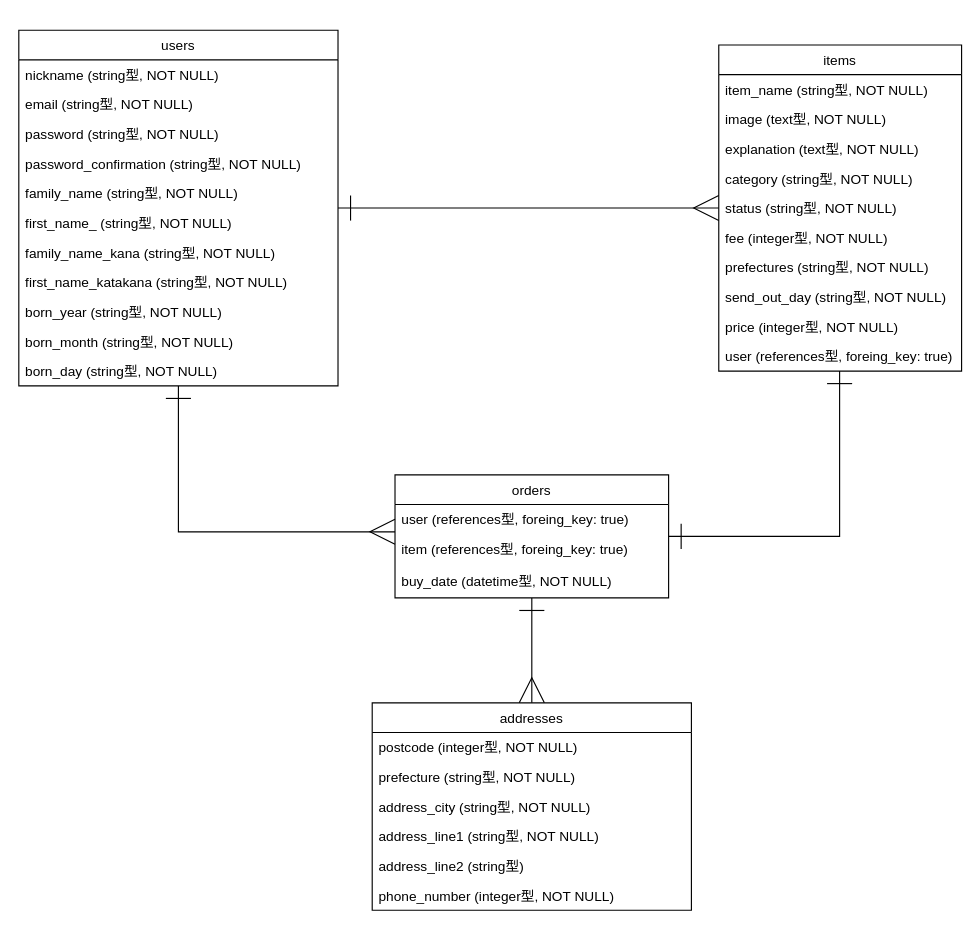
This is er.dio from makoto417/furima-32040, a draw.io file, before an edit. Source tidied: cells renumbered, new cells numbered last; positions are measured from the earlier drawing's top-left corner, leaving out a move shared by most shapes. Both pictures are drawn from the tidied source at 114%, with x=0, y=0 at pixel (18, 30).
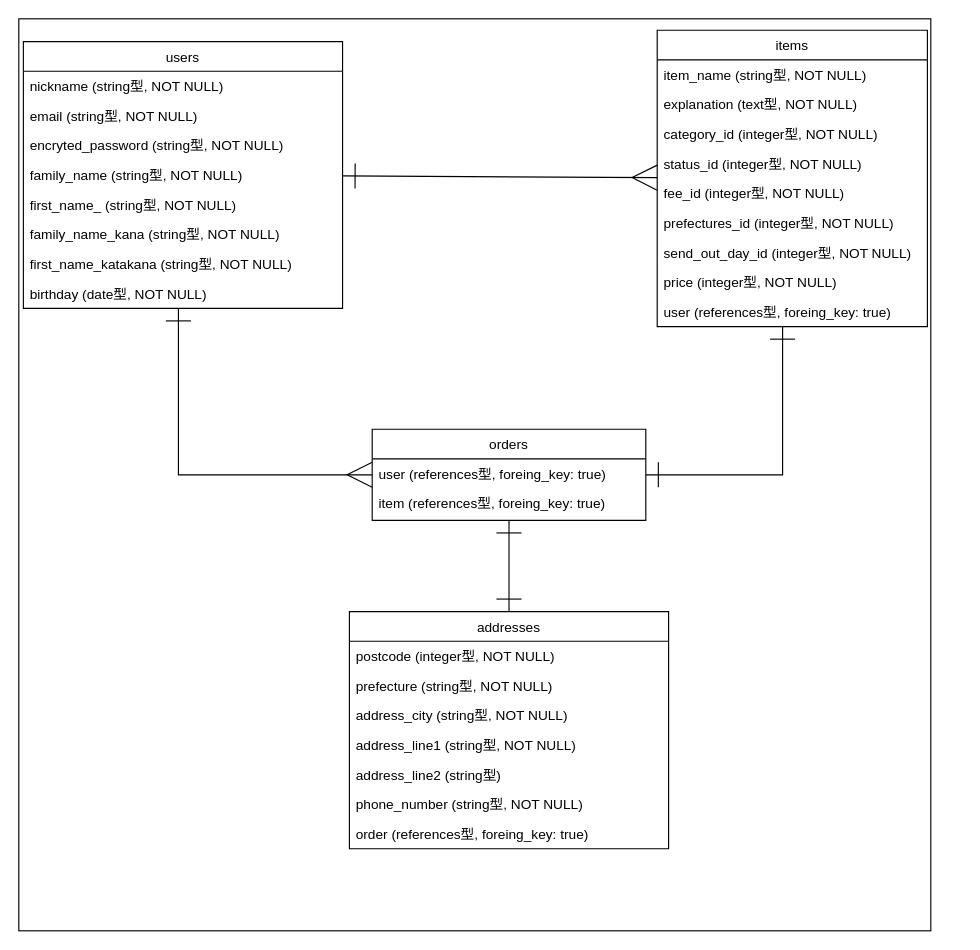
Above is the later version.

Commit message (it also covers changes not shown here):
データベース設計の修正

Diff of the diagram source:
```diff
@@
+    <mxCell id="40" parent="0" />
+    <mxCell id="41" style="whiteSpace=wrap;html=1;" parent="40" vertex="1">
+      <mxGeometry y="-10" width="800" height="800" as="geometry" />
+    </mxCell>
@@
     <mxCell id="3" style="edgeStyle=orthogonalEdgeStyle;rounded=0;jettySize=auto;html=1;startArrow=ERone;startFill=0;startSize=20;endArrow=ERone;endFill=0;endSize=20;targetPerimeterSpacing=0;" parent="1" edge="1" source="29" target="18">
       <mxGeometry relative="1" as="geometry">
         <Array as="points">
-          <mxPoint x="720" y="444" />
+          <mxPoint x="670" y="390" />
         </Array>
       </mxGeometry>
     </mxCell>
+    <mxCell id="16" style="edgeStyle=orthogonalEdgeStyle;rounded=0;jettySize=auto;html=1;endArrow=ERone;endFill=0;startArrow=ERone;startFill=0;endSize=20;startSize=20;" parent="1" edge="1" source="29" target="33">
+      <mxGeometry relative="1" as="geometry" />
+    </mxCell>
+    <mxCell id="17" style="edgeStyle=orthogonalEdgeStyle;rounded=0;jettySize=auto;html=1;endArrow=ERone;endFill=0;targetPerimeterSpacing=0;startSize=20;startArrow=ERmany;startFill=0;endSize=20;" parent="1" edge="1" source="29" target="4">
+      <mxGeometry relative="1" as="geometry">
+        <Array as="points">
+          <mxPoint x="140" y="390" />
+        </Array>
+      </mxGeometry>
+    </mxCell>
     <mxCell id="4" value="users" style="swimlane;fontStyle=0;horizontal=1;startSize=26;fillColor=none;" parent="1" vertex="1">
-      <mxGeometry width="280" height="312" as="geometry" />
+      <mxGeometry x="4" y="10" width="280" height="234" as="geometry" />
     </mxCell>
@@
-    <mxCell id="7" value="password (string型, NOT NULL)" style="text;strokeColor=none;fillColor=none;align=left;verticalAlign=top;spacingLeft=4;spacingRight=4;overflow=hidden;" parent="4" vertex="1">
+    <mxCell id="7" value="encryted_password (string型, NOT NULL)" style="text;strokeColor=none;fillColor=none;align=left;verticalAlign=top;spacingLeft=4;spacingRight=4;overflow=hidden;" parent="4" vertex="1">
       <mxGeometry y="78" width="280" height="26" as="geometry" />
     </mxCell>
-    <mxCell id="8" value="password_confirmation (string型, NOT NULL)" style="text;strokeColor=none;fillColor=none;align=left;verticalAlign=top;spacingLeft=4;spacingRight=4;overflow=hidden;" parent="4" vertex="1">
-      <mxGeometry y="104" width="280" height="26" as="geometry" />
-    </mxCell>
     <mxCell id="9" value="family_name (string型, NOT NULL)" style="text;strokeColor=none;fillColor=none;align=left;verticalAlign=top;spacingLeft=4;spacingRight=4;overflow=hidden;" parent="4" vertex="1">
-      <mxGeometry y="130" width="280" height="26" as="geometry" />
+      <mxGeometry y="104" width="280" height="26" as="geometry" />
     </mxCell>
     <mxCell id="10" value="first_name_ (string型, NOT NULL)" style="text;strokeColor=none;fillColor=none;align=left;verticalAlign=top;spacingLeft=4;spacingRight=4;overflow=hidden;" parent="4" vertex="1">
-      <mxGeometry y="156" width="280" height="26" as="geometry" />
+      <mxGeometry y="130" width="280" height="26" as="geometry" />
     </mxCell>
     <mxCell id="11" value="family_name_kana (string型, NOT NULL)" style="text;strokeColor=none;fillColor=none;align=left;verticalAlign=top;spacingLeft=4;spacingRight=4;overflow=hidden;" parent="4" vertex="1">
-      <mxGeometry y="182" width="280" height="26" as="geometry" />
+      <mxGeometry y="156" width="280" height="26" as="geometry" />
     </mxCell>
     <mxCell id="12" value="first_name_katakana (string型, NOT NULL)" style="text;strokeColor=none;fillColor=none;align=left;verticalAlign=top;spacingLeft=4;spacingRight=4;overflow=hidden;" parent="4" vertex="1">
-      <mxGeometry y="208" width="280" height="26" as="geometry" />
+      <mxGeometry y="182" width="280" height="26" as="geometry" />
     </mxCell>
-    <mxCell id="13" value="born_year (string型, NOT NULL)" style="text;strokeColor=none;fillColor=none;align=left;verticalAlign=top;spacingLeft=4;spacingRight=4;overflow=hidden;" parent="4" vertex="1">
-      <mxGeometry y="234" width="280" height="26" as="geometry" />
+    <mxCell id="13" value="birthday (date型, NOT NULL)" style="text;strokeColor=none;fillColor=none;align=left;verticalAlign=top;spacingLeft=4;spacingRight=4;overflow=hidden;" parent="4" vertex="1">
+      <mxGeometry y="208" width="280" height="26" as="geometry" />
     </mxCell>
-    <mxCell id="14" value="born_month (string型, NOT NULL)" style="text;strokeColor=none;fillColor=none;align=left;verticalAlign=top;spacingLeft=4;spacingRight=4;overflow=hidden;" parent="4" vertex="1">
-      <mxGeometry y="260" width="280" height="26" as="geometry" />
-    </mxCell>
-    <mxCell id="15" value="born_day (string型, NOT NULL)" style="text;strokeColor=none;fillColor=none;align=left;verticalAlign=top;spacingLeft=4;spacingRight=4;overflow=hidden;" parent="4" vertex="1">
-      <mxGeometry y="286" width="280" height="26" as="geometry" />
-    </mxCell>
-    <mxCell id="16" style="edgeStyle=orthogonalEdgeStyle;rounded=0;jettySize=auto;html=1;endArrow=ERmany;endFill=0;startArrow=ERone;startFill=0;endSize=20;startSize=20;" parent="1" edge="1" source="29" target="33">
-      <mxGeometry relative="1" as="geometry" />
-    </mxCell>
-    <mxCell id="17" style="edgeStyle=orthogonalEdgeStyle;rounded=0;jettySize=auto;html=1;endArrow=ERone;endFill=0;targetPerimeterSpacing=0;startSize=20;startArrow=ERmany;startFill=0;endSize=20;" parent="1" edge="1" source="29" target="4">
-      <mxGeometry relative="1" as="geometry">
-        <Array as="points">
-          <mxPoint x="140" y="440" />
-        </Array>
-      </mxGeometry>
-    </mxCell>
     <mxCell id="18" value="items" style="swimlane;fontStyle=0;horizontal=1;startSize=26;fillColor=none;" parent="1" vertex="1">
-      <mxGeometry x="614" y="13" width="213" height="286" as="geometry" />
+      <mxGeometry x="560" width="237" height="260" as="geometry" />
     </mxCell>
     <mxCell id="19" value="item_name (string型, NOT NULL)" style="text;strokeColor=none;fillColor=none;align=left;verticalAlign=top;spacingLeft=4;spacingRight=4;overflow=hidden;" parent="18" vertex="1">
-      <mxGeometry y="26" width="213" height="26" as="geometry" />
+      <mxGeometry y="26" width="237" height="26" as="geometry" />
     </mxCell>
-    <mxCell id="20" value="image (text型, NOT NULL)" style="text;strokeColor=none;fillColor=none;align=left;verticalAlign=top;spacingLeft=4;spacingRight=4;overflow=hidden;" parent="18" vertex="1">
-      <mxGeometry y="52" width="213" height="26" as="geometry" />
-    </mxCell>
     <mxCell id="21" value="explanation (text型, NOT NULL)" style="text;strokeColor=none;fillColor=none;align=left;verticalAlign=top;spacingLeft=4;spacingRight=4;overflow=hidden;" parent="18" vertex="1">
-      <mxGeometry y="78" width="213" height="26" as="geometry" />
+      <mxGeometry y="52" width="237" height="26" as="geometry" />
     </mxCell>
-    <mxCell id="22" value="category (string型, NOT NULL)" style="text;strokeColor=none;fillColor=none;align=left;verticalAlign=top;spacingLeft=4;spacingRight=4;overflow=hidden;" parent="18" vertex="1">
-      <mxGeometry y="104" width="213" height="26" as="geometry" />
+    <mxCell id="22" value="category_id (integer型, NOT NULL)" style="text;strokeColor=none;fillColor=none;align=left;verticalAlign=top;spacingLeft=4;spacingRight=4;overflow=hidden;" parent="18" vertex="1">
+      <mxGeometry y="78" width="237" height="26" as="geometry" />
     </mxCell>
-    <mxCell id="23" value="status (string型, NOT NULL)" style="text;strokeColor=none;fillColor=none;align=left;verticalAlign=top;spacingLeft=4;spacingRight=4;overflow=hidden;" parent="18" vertex="1">
-      <mxGeometry y="130" width="213" height="26" as="geometry" />
+    <mxCell id="23" value="status_id (integer型, NOT NULL)" style="text;strokeColor=none;fillColor=none;align=left;verticalAlign=top;spacingLeft=4;spacingRight=4;overflow=hidden;" parent="18" vertex="1">
+      <mxGeometry y="104" width="237" height="26" as="geometry" />
     </mxCell>
-    <mxCell id="24" value="fee (integer型, NOT NULL)" style="text;strokeColor=none;fillColor=none;align=left;verticalAlign=top;spacingLeft=4;spacingRight=4;overflow=hidden;" parent="18" vertex="1">
-      <mxGeometry y="156" width="213" height="26" as="geometry" />
+    <mxCell id="24" value="fee_id (integer型, NOT NULL)" style="text;strokeColor=none;fillColor=none;align=left;verticalAlign=top;spacingLeft=4;spacingRight=4;overflow=hidden;" parent="18" vertex="1">
+      <mxGeometry y="130" width="237" height="26" as="geometry" />
     </mxCell>
-    <mxCell id="25" value="prefectures (string型, NOT NULL)" style="text;strokeColor=none;fillColor=none;align=left;verticalAlign=top;spacingLeft=4;spacingRight=4;overflow=hidden;" parent="18" vertex="1">
-      <mxGeometry y="182" width="213" height="26" as="geometry" />
+    <mxCell id="25" value="prefectures_id (integer型, NOT NULL)" style="text;strokeColor=none;fillColor=none;align=left;verticalAlign=top;spacingLeft=4;spacingRight=4;overflow=hidden;" parent="18" vertex="1">
+      <mxGeometry y="156" width="237" height="26" as="geometry" />
     </mxCell>
-    <mxCell id="26" value="send_out_day (string型, NOT NULL)" style="text;strokeColor=none;fillColor=none;align=left;verticalAlign=top;spacingLeft=4;spacingRight=4;overflow=hidden;" parent="18" vertex="1">
-      <mxGeometry y="208" width="213" height="26" as="geometry" />
+    <mxCell id="26" value="send_out_day_id (integer型, NOT NULL)" style="text;strokeColor=none;fillColor=none;align=left;verticalAlign=top;spacingLeft=4;spacingRight=4;overflow=hidden;" parent="18" vertex="1">
+      <mxGeometry y="182" width="237" height="26" as="geometry" />
     </mxCell>
     <mxCell id="27" value="price (integer型, NOT NULL)" style="text;strokeColor=none;fillColor=none;align=left;verticalAlign=top;spacingLeft=4;spacingRight=4;overflow=hidden;" parent="18" vertex="1">
-      <mxGeometry y="234" width="213" height="26" as="geometry" />
+      <mxGeometry y="208" width="237" height="26" as="geometry" />
     </mxCell>
     <mxCell id="28" value="user (references型, foreing_key: true)" style="text;strokeColor=none;fillColor=none;align=left;verticalAlign=top;spacingLeft=4;spacingRight=4;overflow=hidden;" parent="18" vertex="1">
-      <mxGeometry y="260" width="213" height="26" as="geometry" />
+      <mxGeometry y="234" width="237" height="26" as="geometry" />
     </mxCell>
     <mxCell id="29" value="orders" style="swimlane;fontStyle=0;horizontal=1;startSize=26;fillColor=none;" parent="1" vertex="1">
-      <mxGeometry x="330" y="390" width="240" height="108" as="geometry" />
+      <mxGeometry x="310" y="350" width="240" height="80" as="geometry" />
     </mxCell>
@@
-    <mxCell id="32" value="buy_date (datetime型, NOT NULL)" style="text;strokeColor=none;fillColor=none;align=left;verticalAlign=top;spacingLeft=4;spacingRight=4;overflow=hidden;" parent="29" vertex="1">
-      <mxGeometry y="80" width="240" height="28" as="geometry" />
-    </mxCell>
     <mxCell id="33" value="addresses" style="swimlane;fontStyle=0;horizontal=1;startSize=26;fillColor=none;" parent="1" vertex="1">
-      <mxGeometry x="310" y="590" width="280" height="182" as="geometry" />
+      <mxGeometry x="290" y="510" width="280" height="208" as="geometry" />
     </mxCell>
@@
-    <mxCell id="39" value="phone_number (integer型, NOT NULL)" style="text;strokeColor=none;fillColor=none;align=left;verticalAlign=top;spacingLeft=4;spacingRight=4;overflow=hidden;" parent="33" vertex="1">
+    <mxCell id="39" value="phone_number (string型, NOT NULL)" style="text;strokeColor=none;fillColor=none;align=left;verticalAlign=top;spacingLeft=4;spacingRight=4;overflow=hidden;" parent="33" vertex="1">
       <mxGeometry y="156" width="280" height="26" as="geometry" />
     </mxCell>
+    <mxCell id="42" value="order (references型, foreing_key: true)" style="text;strokeColor=none;fillColor=none;align=left;verticalAlign=top;spacingLeft=4;spacingRight=4;overflow=hidden;" parent="33" vertex="1">
+      <mxGeometry y="182" width="280" height="26" as="geometry" />
+    </mxCell>
```
